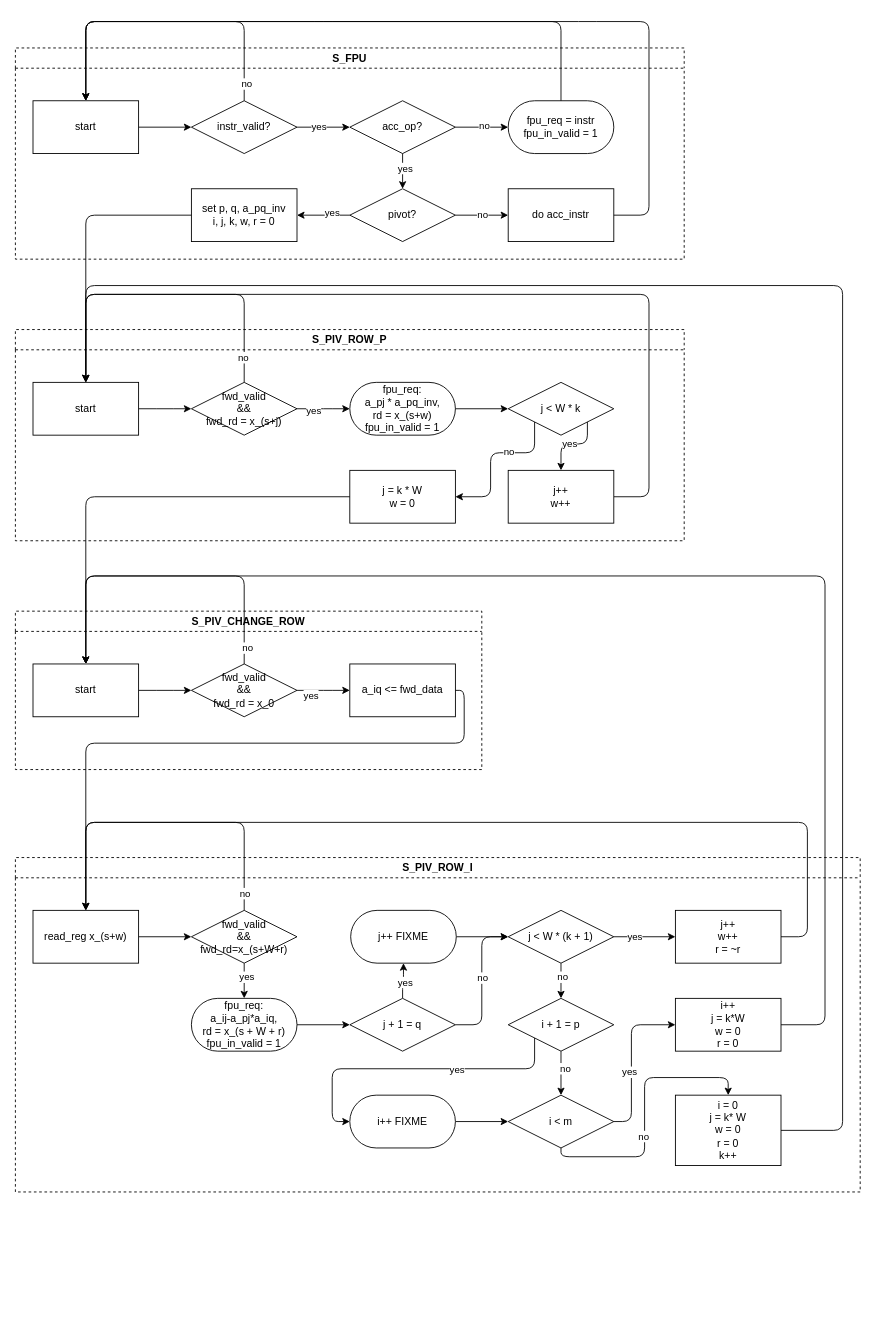
The draw.io diagram asm.drawio in MaxSailor/fpu_pivot_accelerator, before the edit. Source tidied: cells renumbered, new cells numbered last; positions are measured from the earlier drawing's top-left corner, leaving out a move shared by most shapes. Both pictures are drawn from the tidied source at 88%, with x=0, y=0 at pixel (15, 21).
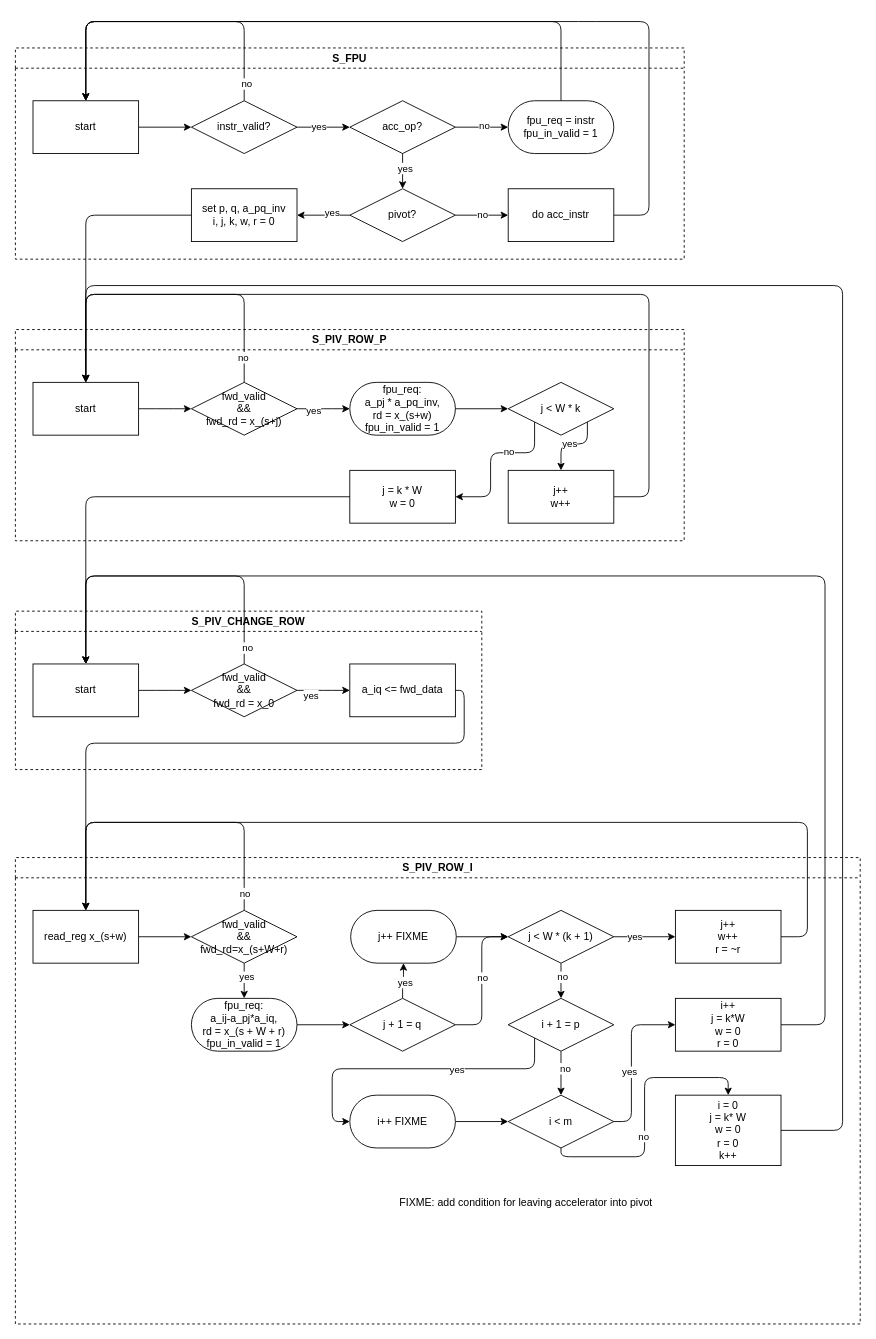
After the change.

Commit message (it also covers changes not shown here):
some fixmes in asm and bugfix

Change to the diagram source:
```diff
@@
     <mxCell id="53" value="S_PIV_ROW_I" style="swimlane;whiteSpace=wrap;html=1;dashed=1;fillColor=none;startSize=23;" parent="1" vertex="1">
-      <mxGeometry y="950" width="960" height="380" as="geometry" />
+      <mxGeometry y="950" width="960" height="530" as="geometry" />
     </mxCell>
@@
+    <mxCell id="95" value="FIXME: add condition for leaving accelerator into pivot" style="text;html=1;align=center;verticalAlign=middle;strokeColor=none;fillColor=none;" parent="1" vertex="1">
+      <mxGeometry x="425" y="1328" width="310" height="30" as="geometry" />
+    </mxCell>
```
